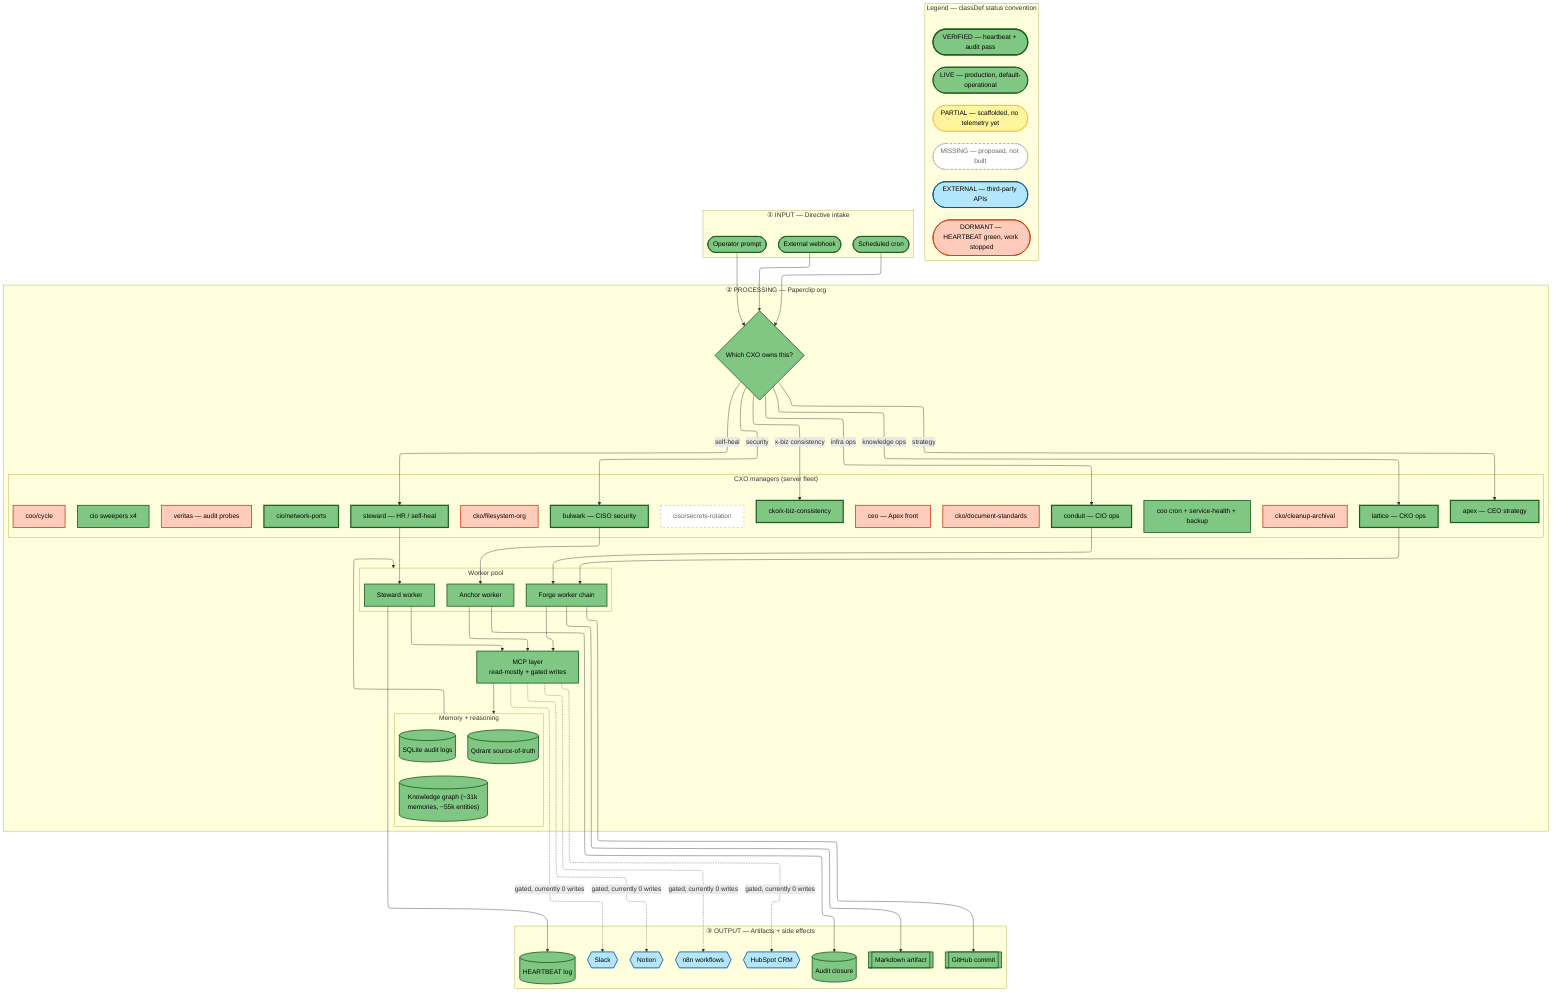
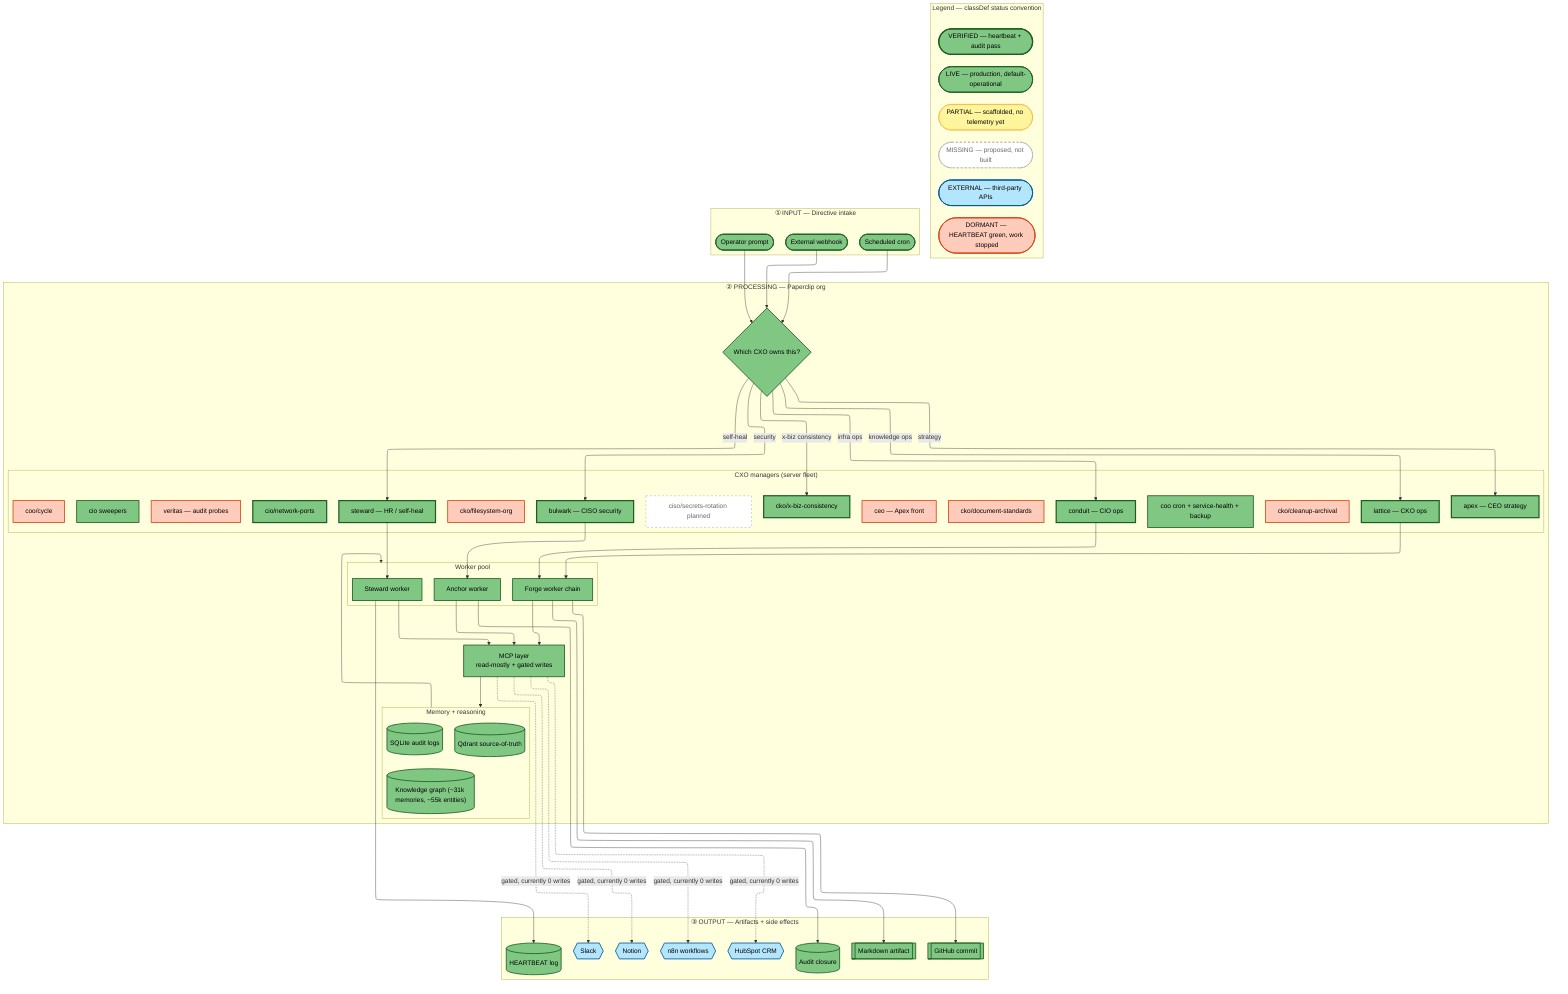
---
config:
  layout: elk
---
flowchart TB

  subgraph LEGEND["Legend — classDef status convention"]
    direction LR
    L_verified([VERIFIED — heartbeat + audit pass]):::verified
    L_live([LIVE — production, default-operational]):::live
    L_partial([PARTIAL — scaffolded, no telemetry yet]):::partial
    L_dormant([DORMANT — HEARTBEAT green, work stopped]):::unstable
    L_missing([MISSING — proposed, not built]):::missing
    L_external([EXTERNAL — third-party APIs]):::external
  end

  subgraph L1["①  INPUT — Directive intake"]
    direction TB
    OPERATOR([Operator prompt])
    CRON([Scheduled cron])
    WEBHOOK([External webhook])
  end

  subgraph L2["②  PROCESSING — Paperclip org"]
    direction TB
    ROUTER{"Which CXO owns this?"}
    subgraph CXO["CXO managers (server fleet)"]
      direction TB
      LATTICE[lattice — CKO ops]
      CONDUIT[conduit — CIO ops]
      STEWARD[steward — HR / self-heal]
      BULWARK[bulwark — CISO security]
      APEX[apex — CEO strategy]
      CKO_XBIZ[cko/x-biz-consistency]
      CKO_CLEAN[cko/cleanup-archival]
      CKO_FS[cko/filesystem-org]
      CKO_DOC[cko/document-standards]
      CIO_NPORTS[cio/network-ports]
-       CIO_SWEEPERS[cio sweepers x4]
+       CIO_SWEEPERS[cio sweepers]
      COO_CYCLE[coo/cycle]
      COO_SCHED[coo cron + service-health + backup]
      CEO_FRONT[ceo — Apex front]
      VERITAS[veritas — audit probes]
-       CISO_SEC[ciso/secrets-rotation]
+       CISO_SEC[ciso/secrets-rotation planned]
    end
    subgraph WORKERS["Worker pool"]
      direction TB
      W_FORGE[Forge worker chain]
      W_ANCHOR[Anchor worker]
      W_STEWARD[Steward worker]
    end
    subgraph MEMORY["Memory + reasoning"]
      direction TB
      GRAPH[("Knowledge graph (~31k memories, ~55k entities)")]
      QDRANT[(Qdrant source-of-truth)]
      LOGS[(SQLite audit logs)]
    end
    MCP[MCP layer<br/>read-mostly + gated writes]
  end

  subgraph L3["③  OUTPUT — Artifacts + side effects"]
    direction TB
    ARTIFACT[[Markdown artifact]]
    COMMIT[[GitHub commit]]
    HEARTBEAT[(HEARTBEAT log)]
    AUDIT[(Audit closure)]
    HUBSPOT{{HubSpot CRM}}
    N8N{{n8n workflows}}
    NOTION{{Notion}}
    SLACK{{Slack}}
  end

  OPERATOR & CRON & WEBHOOK --> ROUTER
  ROUTER -->|knowledge ops| LATTICE
  ROUTER -->|infra ops| CONDUIT
  ROUTER -->|self-heal| STEWARD
  ROUTER -->|security| BULWARK
  ROUTER -->|strategy| APEX
  ROUTER -->|x-biz consistency| CKO_XBIZ
  LATTICE & CONDUIT --> W_FORGE
  STEWARD --> W_STEWARD
  BULWARK --> W_ANCHOR
  W_FORGE & W_ANCHOR & W_STEWARD --> MCP
  MCP --> MEMORY
  MEMORY --> WORKERS
  W_FORGE --> ARTIFACT & COMMIT
  W_ANCHOR --> AUDIT
  W_STEWARD --> HEARTBEAT
  MCP -.->|gated, currently 0 writes| HUBSPOT & N8N & NOTION & SLACK

  classDef live fill:#81c784,stroke:#1b5e20,stroke-width:2px,color:#000
  classDef verified fill:#81c784,stroke:#1b5e20,stroke-width:3px,color:#000
  classDef unstable fill:#ffccbc,stroke:#d84315,stroke-width:2px,color:#000
  classDef partial fill:#fff59d,stroke:#f9a825,color:#000
  classDef missing fill:#fff,stroke:#999,stroke-dasharray:5 5,color:#666
  classDef external fill:#b3e5fc,stroke:#01579b,stroke-width:2px,color:#000

  class LATTICE,CONDUIT,STEWARD,BULWARK,CIO_NPORTS,APEX,CKO_XBIZ verified
  class CKO_CLEAN,CKO_FS,CKO_DOC,COO_CYCLE,CEO_FRONT,VERITAS unstable
  class CIO_SWEEPERS,COO_SCHED live
  class CISO_SEC missing
  class W_FORGE,W_ANCHOR,W_STEWARD live
  class GRAPH,QDRANT,LOGS live
  class HUBSPOT,N8N,NOTION,SLACK external
  class MCP live
  class OPERATOR,CRON,WEBHOOK,ROUTER,ARTIFACT,COMMIT,HEARTBEAT,AUDIT live
